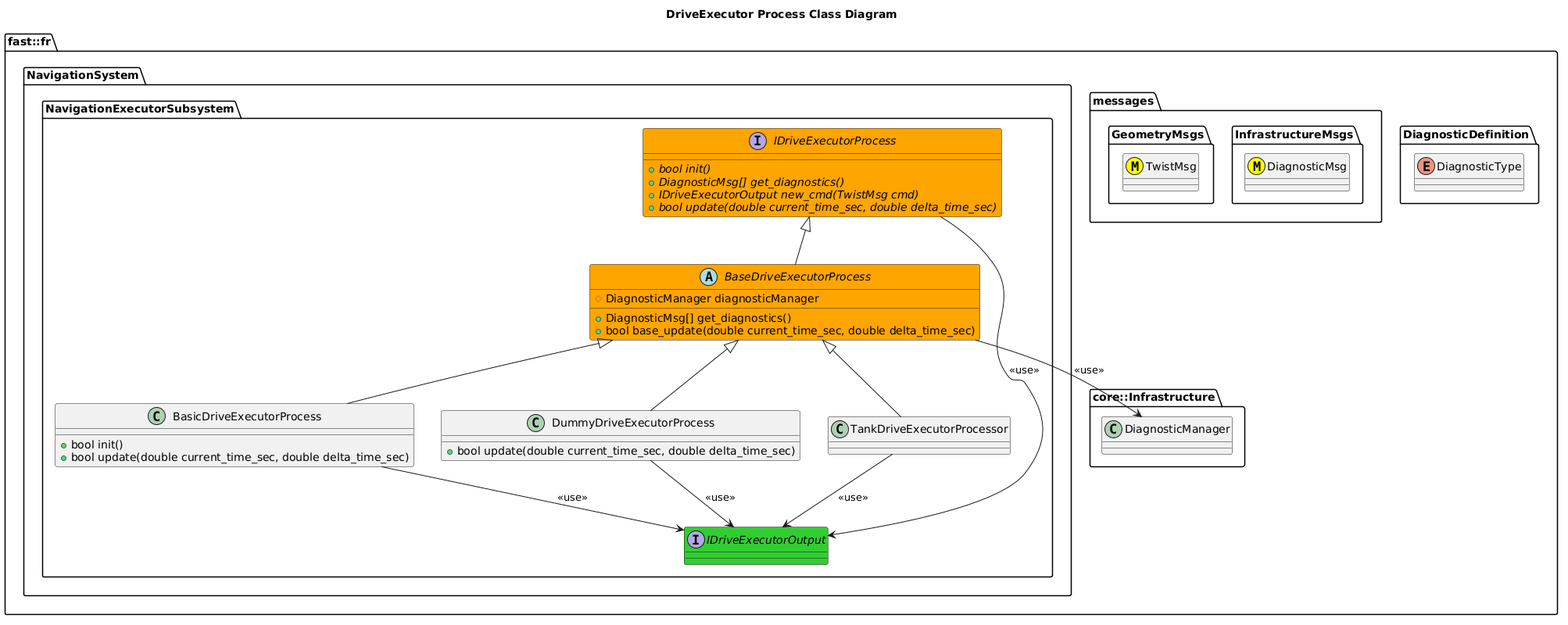
Earlier version of the PlantUML export Systems/Navigation/Subsystems/NavigationExecutor/Processes/DriveExecutor/doc/puml/DriveExecutorProcessClassDiagram.png (fastrobotics/robot_framework). Source of this version:
```plantuml
@startuml
title DriveExecutor Process Class Diagram

namespace fast::fr {
  namespace DiagnosticDefinition {
    enum DiagnosticType
  }
  namespace messages {
    namespace InfrastructureMsgs {
      class DiagnosticMsg <<(M,#FFFF00)>>
    }
    namespace GeometryMsgs {
      class TwistMsg <<(M,#FFFF00)>>
    }
  }
  namespace core::Infrastructure {
    class DiagnosticManager
  }
  namespace NavigationSystem {
    namespace NavigationExecutorSubsystem {
        interface IDriveExecutorOutput #LimeGreen {

        }
        interface IDriveExecutorProcess #Orange {
          +{abstract} bool init()
          +{abstract} DiagnosticMsg[] get_diagnostics()
          +{abstract} IDriveExecutorOutput new_cmd(TwistMsg cmd)
          +{abstract} bool update(double current_time_sec, double delta_time_sec)
        }
        IDriveExecutorProcess --> IDriveExecutorOutput: <<use>>
        abstract BaseDriveExecutorProcess #Orange {
          +DiagnosticMsg[] get_diagnostics()
          +bool base_update(double current_time_sec, double delta_time_sec)
          #DiagnosticManager diagnosticManager


        }
        BaseDriveExecutorProcess -up-|> IDriveExecutorProcess
        BaseDriveExecutorProcess --> DiagnosticManager: <<use>>
        class BasicDriveExecutorProcess {
          +bool init()
          +bool update(double current_time_sec, double delta_time_sec)
        }
        BasicDriveExecutorProcess -up-|> BaseDriveExecutorProcess
        BasicDriveExecutorProcess --> IDriveExecutorOutput: <<use>>
        class DummyDriveExecutorProcess {
          +bool update(double current_time_sec, double delta_time_sec)
        }
        DummyDriveExecutorProcess -up-|> BaseDriveExecutorProcess
        DummyDriveExecutorProcess --> IDriveExecutorOutput: <<use>>
        class TankDriveExecutorProcessor
        TankDriveExecutorProcessor -up-|> BaseDriveExecutorProcess
        TankDriveExecutorProcessor --> IDriveExecutorOutput: <<use>>
    }
  }
}
@enduml
```
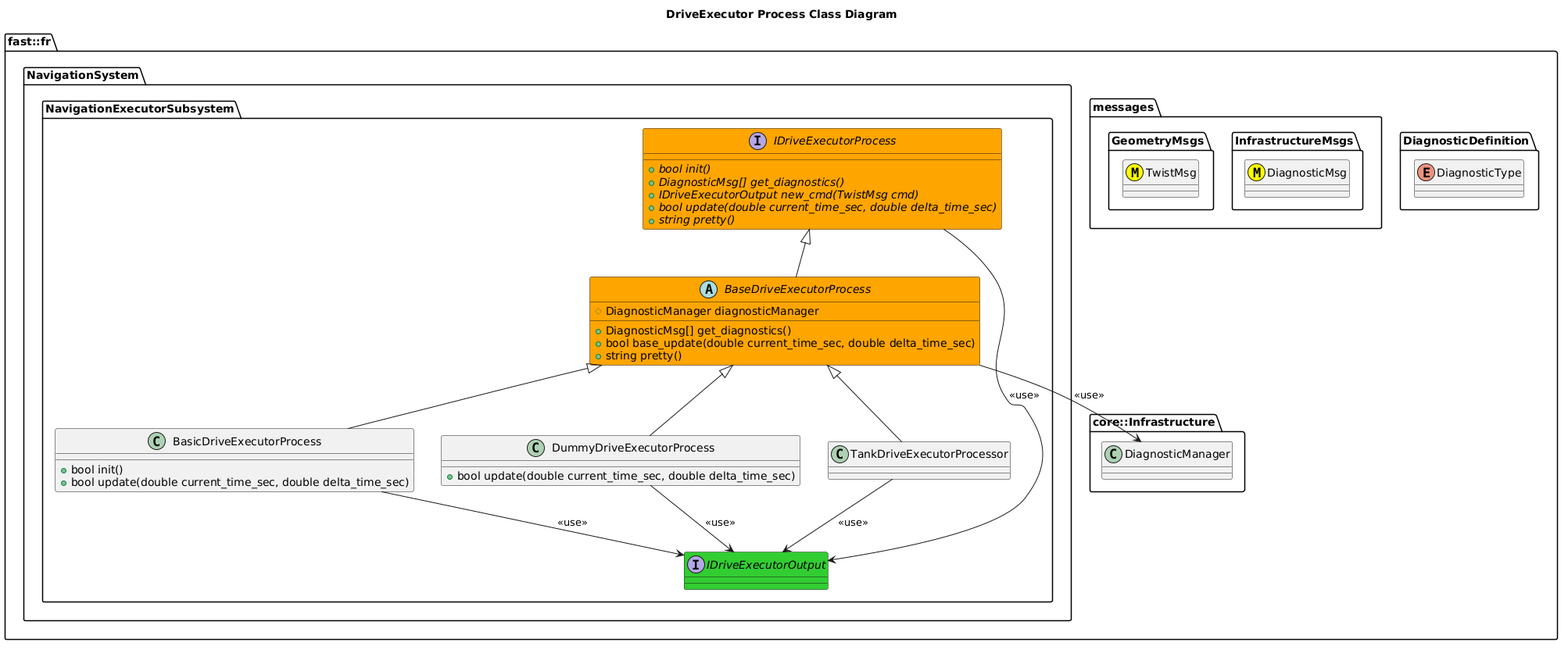
Above is the later version.

Diff of the diagram source:
```diff
@@ -26,11 +26,13 @@
           +{abstract} DiagnosticMsg[] get_diagnostics()
           +{abstract} IDriveExecutorOutput new_cmd(TwistMsg cmd)
           +{abstract} bool update(double current_time_sec, double delta_time_sec)
+          +{abstract} string pretty()
         }
         IDriveExecutorProcess --> IDriveExecutorOutput: <<use>>
         abstract BaseDriveExecutorProcess #Orange {
           +DiagnosticMsg[] get_diagnostics()
           +bool base_update(double current_time_sec, double delta_time_sec)
+          +string pretty()
           #DiagnosticManager diagnosticManager
 
 
```
